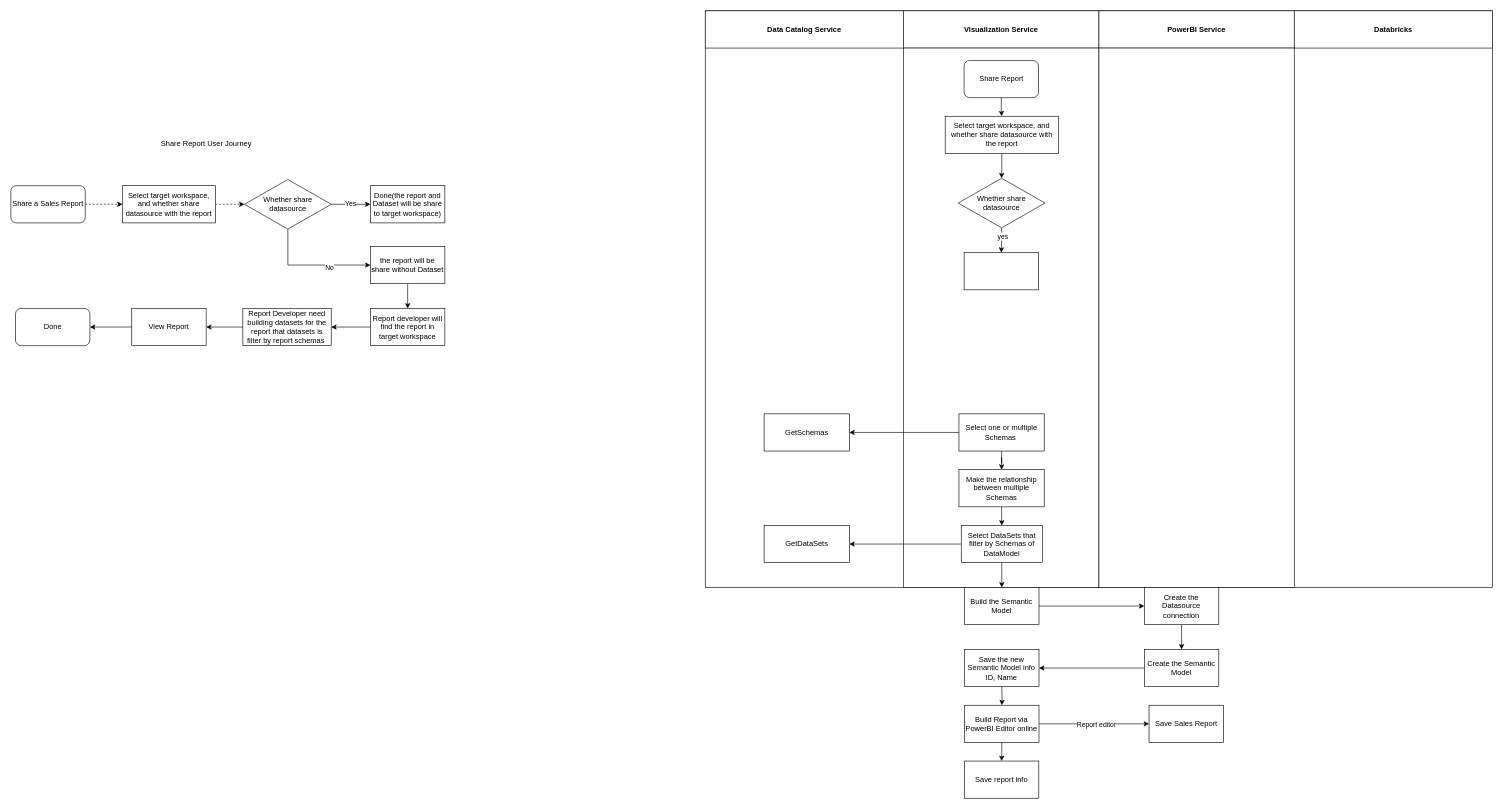
Earlier version of the draw.io diagram ReportShare.drawio (dengwentaoabc/Draw). Source tidied: cells renumbered, new cells numbered last; positions are measured from the earlier drawing's top-left corner, leaving out a move shared by most shapes. Both pictures are drawn from the tidied source at 62%, with x=0, y=0 at pixel (11, 11).
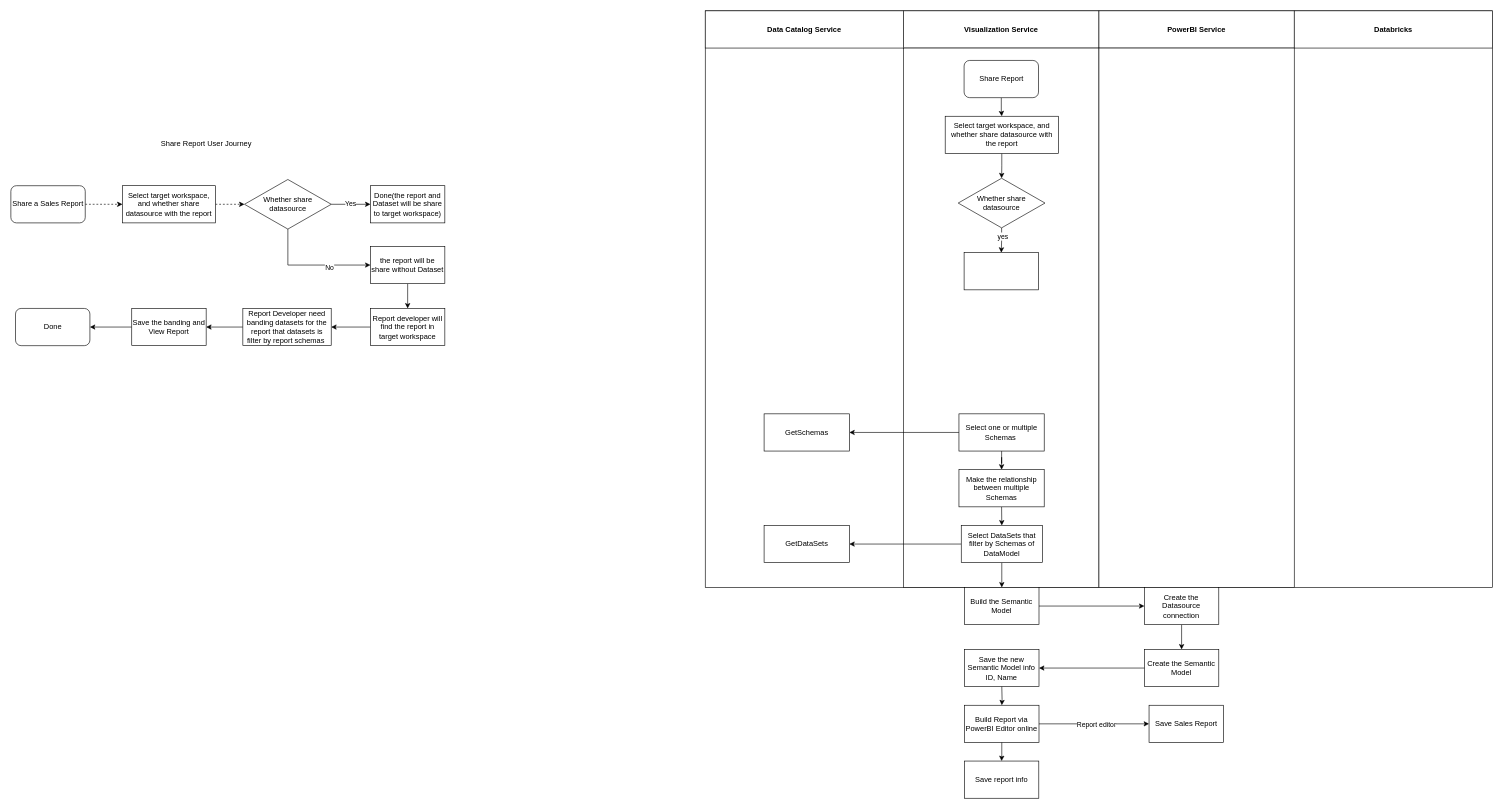
After the change.

Diff of the diagram source:
```diff
@@
-    <mxCell id="57" value="Report Developer need building datasets for the report that datasets is filter by report schemas&amp;nbsp;" style="whiteSpace=wrap;html=1;rounded=0;" parent="1" vertex="1">
+    <mxCell id="57" value="Report Developer need banding datasets for the report that datasets is filter by report schemas&amp;nbsp;" style="whiteSpace=wrap;html=1;rounded=0;" parent="1" vertex="1">
       <mxGeometry x="374.2" y="480" width="142.5" height="60" as="geometry" />
     </mxCell>
@@
-    <mxCell id="59" value="View Report" style="whiteSpace=wrap;html=1;rounded=0;" parent="1" vertex="1">
+    <mxCell id="59" value="Save the banding and View Report" style="whiteSpace=wrap;html=1;rounded=0;" parent="1" vertex="1">
       <mxGeometry x="195" y="480" width="120" height="60" as="geometry" />
     </mxCell>
```
